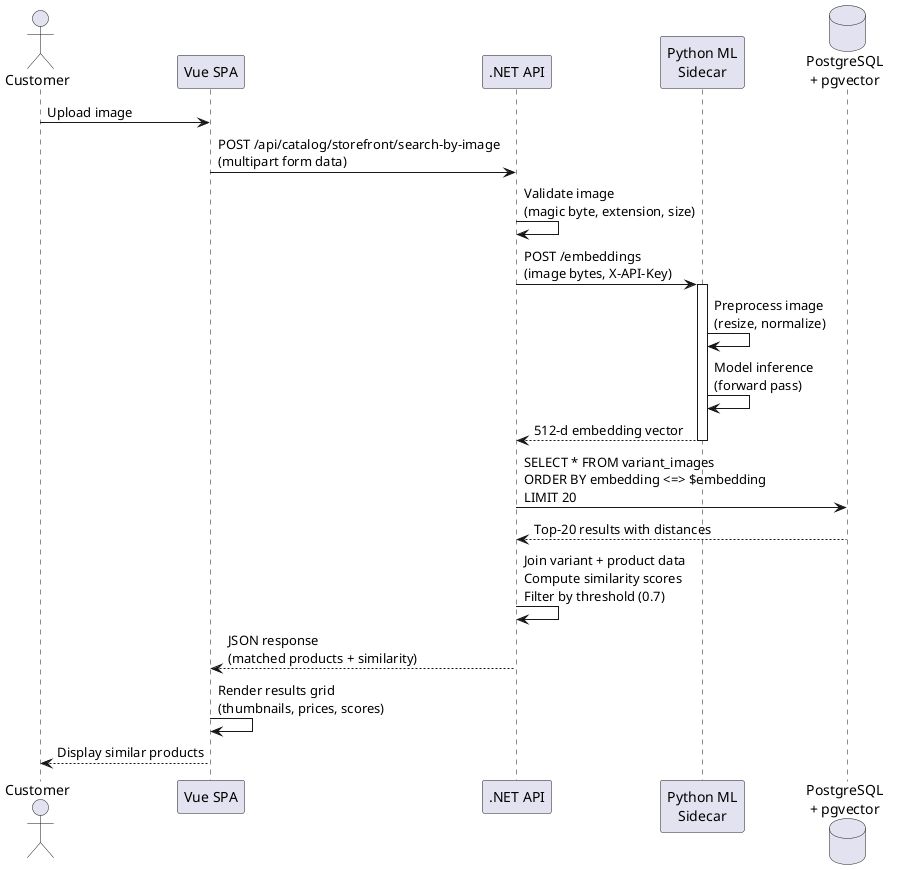
Before: thesis/figures/chapters/part2/ch2-design/04-implementations/diagrams/P2S2.2.4_cbir-search-sequence.png, a diagram exported from PlantUML (qingfa-dev/ReSys.Shop).
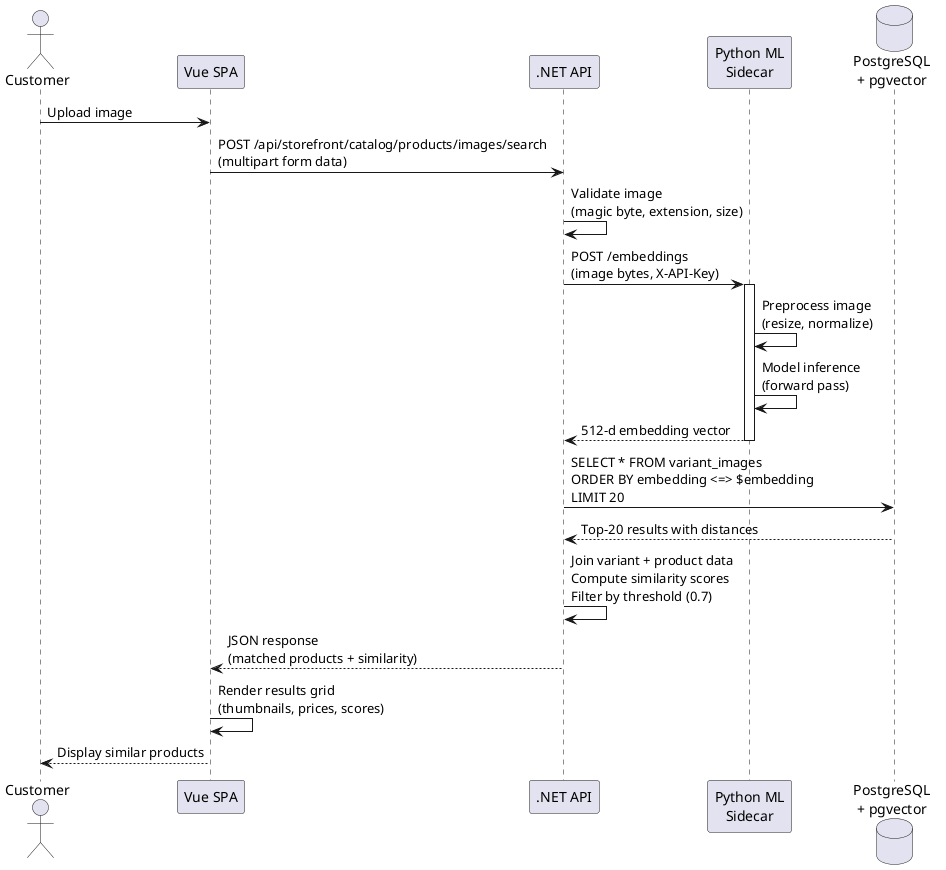
After the commit.

Change to the diagram source:
```diff
@@ -6,7 +6,7 @@
 database "PostgreSQL\n+ pgvector" as DB
 
 Customer -> Vue: Upload image
-Vue -> API: POST /api/catalog/storefront/search-by-image\n(multipart form data)
+Vue -> API: POST /api/storefront/catalog/products/images/search\n(multipart form data)
 API -> API: Validate image\n(magic byte, extension, size)
 
 API -> ML: POST /embeddings\n(image bytes, X-API-Key)
```
